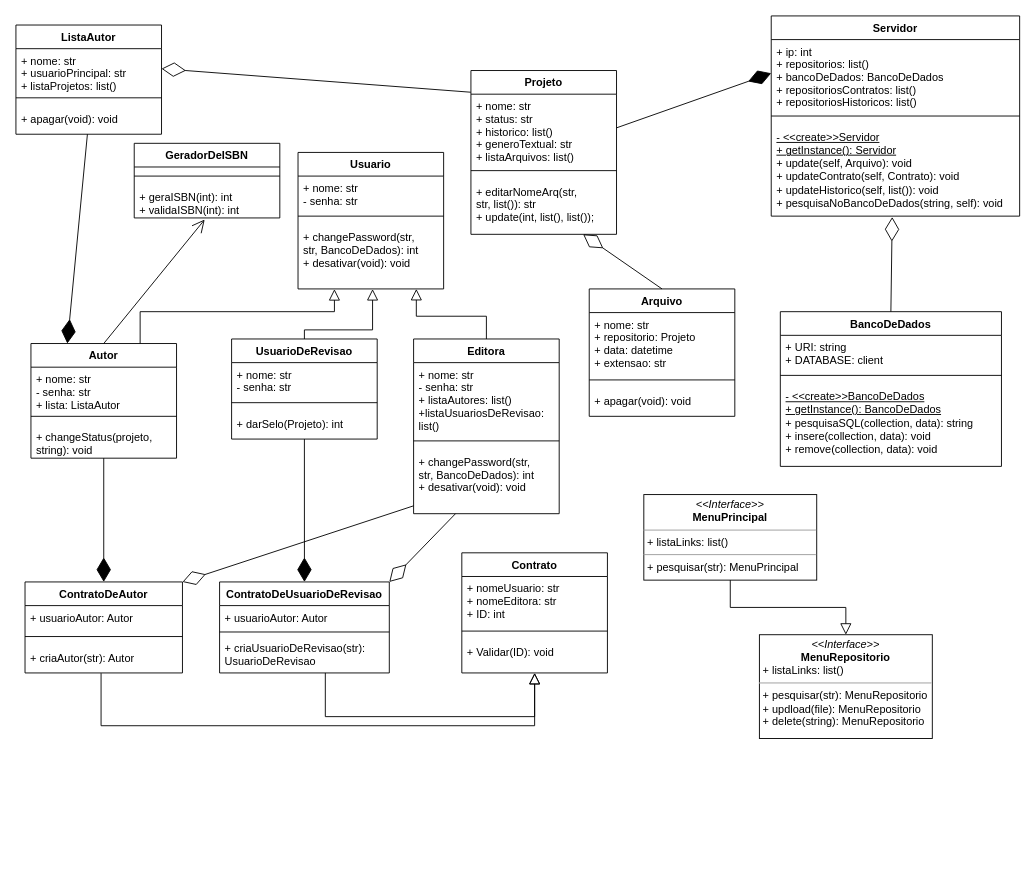
Earlier version of the draw.io diagram Diagrama de Classes.drawio (bruniculos08/PPR0001). Source tidied: cells renumbered, new cells numbered last; positions are measured from the earlier drawing's top-left corner, leaving out a move shared by most shapes. Both pictures are drawn from the tidied source at 91%, with x=0, y=0 at pixel (15, 15).
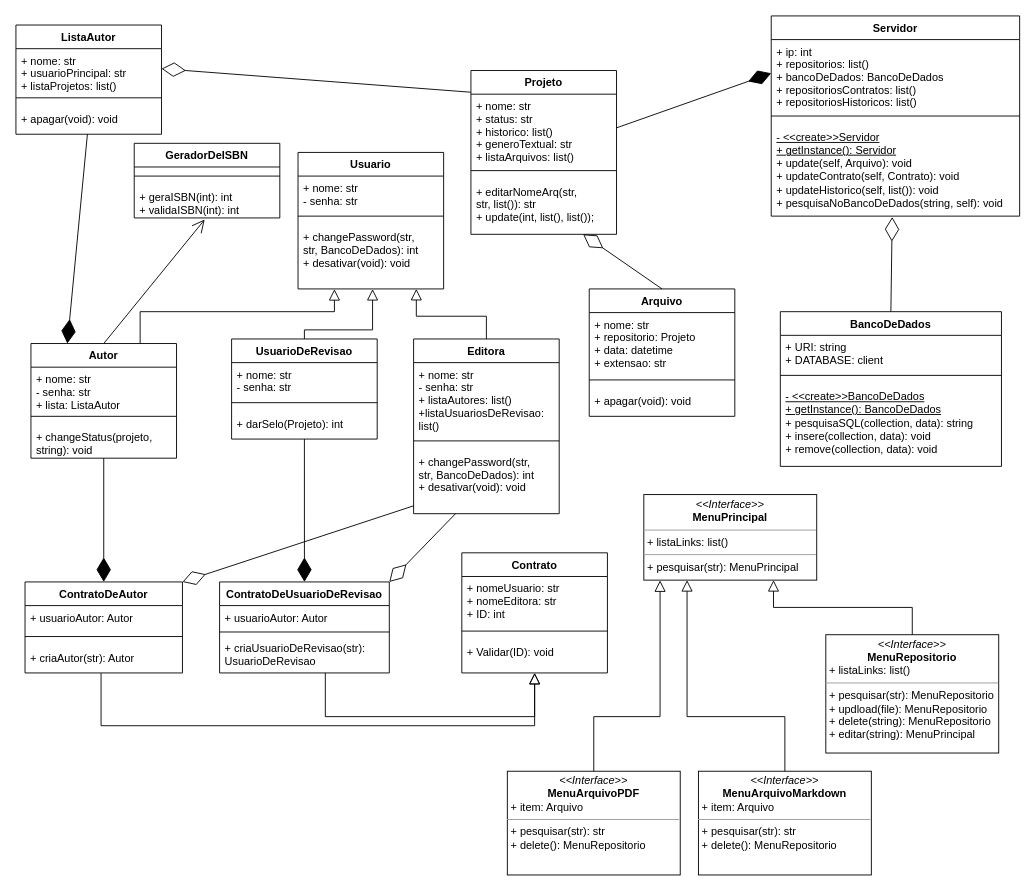
The same page after the edit.

The change refers to these unchanged cells:
```xml
<mxCell id="68" value="&lt;p style=&quot;margin: 0px ; margin-top: 4px ; text-align: center&quot;&gt;&lt;i&gt;&amp;lt;&amp;lt;Interface&amp;gt;&amp;gt;&lt;/i&gt;&lt;br&gt;&lt;b&gt;MenuPrincipal&lt;/b&gt;&lt;/p&gt;&lt;hr size=&quot;1&quot;&gt;&lt;p style=&quot;margin: 0px ; margin-left: 4px&quot;&gt;+ listaLinks: list()&lt;/p&gt;&lt;hr size=&quot;1&quot;&gt;&lt;p style=&quot;margin: 0px ; margin-left: 4px&quot;&gt;+ pesquisar(str): MenuPrincipal&lt;/p&gt;&lt;p style=&quot;margin: 0px ; margin-left: 4px&quot;&gt;&lt;br&gt;&lt;br&gt;&lt;/p&gt;" style="verticalAlign=top;align=left;overflow=fill;fontSize=12;fontFamily=Helvetica;html=1;" parent="1" vertex="1">
  <mxGeometry x="690" y="526" width="190" height="94" as="geometry" />
</mxCell>
```

Diff of the diagram source:
```diff
@@
-    <mxCell id="69" value="&lt;p style=&quot;margin: 0px ; margin-top: 4px ; text-align: center&quot;&gt;&lt;i&gt;&amp;lt;&amp;lt;Interface&amp;gt;&amp;gt;&lt;/i&gt;&lt;br&gt;&lt;b&gt;MenuRepositorio&lt;/b&gt;&lt;/p&gt;&lt;p style=&quot;margin: 0px ; margin-left: 4px&quot;&gt;+ listaLinks: list()&lt;/p&gt;&lt;hr size=&quot;1&quot;&gt;&lt;p style=&quot;margin: 0px ; margin-left: 4px&quot;&gt;+ pesquisar(str): MenuRepositorio&lt;/p&gt;&lt;p style=&quot;margin: 0px ; margin-left: 4px&quot;&gt;+ updload(file): MenuRepositorio&lt;/p&gt;&lt;p style=&quot;margin: 0px ; margin-left: 4px&quot;&gt;+ delete(string): MenuRepositorio&lt;/p&gt;&lt;p style=&quot;margin: 0px ; margin-left: 4px&quot;&gt;&lt;br&gt;&lt;br&gt;&lt;/p&gt;" style="verticalAlign=top;align=left;overflow=fill;fontSize=12;fontFamily=Helvetica;html=1;" parent="1" vertex="1">
-      <mxGeometry x="817" y="680" width="190" height="114" as="geometry" />
+    <mxCell id="69" value="&lt;p style=&quot;margin: 0px ; margin-top: 4px ; text-align: center&quot;&gt;&lt;i&gt;&amp;lt;&amp;lt;Interface&amp;gt;&amp;gt;&lt;/i&gt;&lt;br&gt;&lt;b&gt;MenuRepositorio&lt;/b&gt;&lt;/p&gt;&lt;p style=&quot;margin: 0px ; margin-left: 4px&quot;&gt;+ listaLinks: list()&lt;/p&gt;&lt;hr size=&quot;1&quot;&gt;&lt;p style=&quot;margin: 0px ; margin-left: 4px&quot;&gt;+ pesquisar(str): MenuRepositorio&lt;/p&gt;&lt;p style=&quot;margin: 0px ; margin-left: 4px&quot;&gt;+ updload(file): MenuRepositorio&lt;/p&gt;&lt;p style=&quot;margin: 0px ; margin-left: 4px&quot;&gt;+ delete(string): MenuRepositorio&lt;/p&gt;&lt;p style=&quot;margin: 0px ; margin-left: 4px&quot;&gt;+ editar(string): MenuPrincipal&lt;/p&gt;&lt;p style=&quot;margin: 0px ; margin-left: 4px&quot;&gt;&lt;br&gt;&lt;br&gt;&lt;/p&gt;" style="verticalAlign=top;align=left;overflow=fill;fontSize=12;fontFamily=Helvetica;html=1;" parent="1" vertex="1">
+      <mxGeometry x="890" y="680" width="190" height="130" as="geometry" />
     </mxCell>
-    <mxCell id="70" style="endArrow=block;endSize=10;endFill=0;shadow=0;strokeWidth=1;rounded=0;edgeStyle=elbowEdgeStyle;elbow=vertical;exitX=0.5;exitY=1;exitDx=0;exitDy=0;entryX=0.5;entryY=0;entryDx=0;entryDy=0;" parent="1" edge="1" source="68" target="69">
+    <mxCell id="70" style="endArrow=block;endSize=10;endFill=0;shadow=0;strokeWidth=1;rounded=0;edgeStyle=elbowEdgeStyle;elbow=vertical;exitX=0.5;exitY=0;exitDx=0;exitDy=0;entryX=0.75;entryY=1;entryDx=0;entryDy=0;" parent="1" edge="1" source="69" target="68">
       <mxGeometry relative="1" as="geometry">
         <Array as="points">
           <mxPoint x="930" y="650" />
           <mxPoint x="1166.4" y="898" />
           <mxPoint x="1186.4" y="878" />
           <mxPoint x="1096.4" y="908" />
           <mxPoint x="1116.4" y="898" />
           <mxPoint x="1056.4" y="928" />
           <mxPoint x="1136.4" y="898" />
           <mxPoint x="1016.4" y="938" />
           <mxPoint x="846.4" y="966.9" />
           <mxPoint x="886.4" y="946.9" />
           <mxPoint x="886.4" y="976.9" />
           <mxPoint x="896.4" y="986.9" />
         </Array>
       </mxGeometry>
     </mxCell>
+    <mxCell id="71" value="&lt;p style=&quot;margin: 0px ; margin-top: 4px ; text-align: center&quot;&gt;&lt;i&gt;&amp;lt;&amp;lt;Interface&amp;gt;&amp;gt;&lt;/i&gt;&lt;br&gt;&lt;b&gt;MenuArquivoPDF&lt;/b&gt;&lt;/p&gt;&lt;p style=&quot;margin: 0px ; margin-left: 4px&quot;&gt;+ item: Arquivo&lt;/p&gt;&lt;hr size=&quot;1&quot;&gt;&lt;p style=&quot;margin: 0px ; margin-left: 4px&quot;&gt;+ pesquisar(str): str&lt;/p&gt;&lt;p style=&quot;margin: 0px ; margin-left: 4px&quot;&gt;+ delete(): MenuRepositorio&lt;/p&gt;&lt;p style=&quot;margin: 0px ; margin-left: 4px&quot;&gt;&lt;br&gt;&lt;/p&gt;&lt;p style=&quot;margin: 0px ; margin-left: 4px&quot;&gt;&lt;br&gt;&lt;br&gt;&lt;/p&gt;" style="verticalAlign=top;align=left;overflow=fill;fontSize=12;fontFamily=Helvetica;html=1;" parent="1" vertex="1">
+      <mxGeometry x="540" y="830" width="190" height="114" as="geometry" />
+    </mxCell>
+    <mxCell id="72" value="&lt;p style=&quot;margin: 0px ; margin-top: 4px ; text-align: center&quot;&gt;&lt;i&gt;&amp;lt;&amp;lt;Interface&amp;gt;&amp;gt;&lt;/i&gt;&lt;br&gt;&lt;b&gt;MenuArquivoMarkdown&lt;/b&gt;&lt;/p&gt;&lt;p style=&quot;margin: 0px ; margin-left: 4px&quot;&gt;+ item: Arquivo&lt;/p&gt;&lt;hr size=&quot;1&quot;&gt;&lt;p style=&quot;margin: 0px 0px 0px 4px&quot;&gt;+ pesquisar(str): str&lt;/p&gt;&lt;p style=&quot;margin: 0px 0px 0px 4px&quot;&gt;+ delete(): MenuRepositorio&lt;/p&gt;&lt;p style=&quot;margin: 0px 0px 0px 4px&quot;&gt;&lt;br&gt;&lt;/p&gt;&lt;p style=&quot;margin: 0px ; margin-left: 4px&quot;&gt;&lt;br&gt;&lt;/p&gt;" style="verticalAlign=top;align=left;overflow=fill;fontSize=12;fontFamily=Helvetica;html=1;" parent="1" vertex="1">
+      <mxGeometry x="750" y="830" width="190" height="114" as="geometry" />
+    </mxCell>
+    <mxCell id="73" style="endArrow=block;endSize=10;endFill=0;shadow=0;strokeWidth=1;rounded=0;edgeStyle=elbowEdgeStyle;elbow=vertical;entryX=0.094;entryY=1.003;entryDx=0;entryDy=0;entryPerimeter=0;" parent="1" edge="1" target="68">
+      <mxGeometry relative="1" as="geometry">
+        <mxPoint x="635" y="830" as="sourcePoint" />
+        <Array as="points">
+          <mxPoint x="700" y="770" />
+          <mxPoint x="650" y="790" />
+          <mxPoint x="640" y="800" />
+          <mxPoint x="690" y="760" />
+          <mxPoint x="835" y="720" />
+          <mxPoint x="1071.4" y="968" />
+          <mxPoint x="1091.4" y="948" />
+          <mxPoint x="1001.4" y="978" />
+          <mxPoint x="1021.4" y="968" />
+          <mxPoint x="961.4" y="998" />
+          <mxPoint x="1041.4" y="968" />
+          <mxPoint x="921.4" y="1008" />
+          <mxPoint x="751.4" y="1036.9" />
+          <mxPoint x="791.4" y="1016.9" />
+          <mxPoint x="791.4" y="1046.9" />
+          <mxPoint x="801.4" y="1056.9" />
+        </Array>
+      </mxGeometry>
+    </mxCell>
+    <mxCell id="74" style="endArrow=block;endSize=10;endFill=0;shadow=0;strokeWidth=1;rounded=0;edgeStyle=elbowEdgeStyle;elbow=vertical;exitX=0.5;exitY=0;exitDx=0;exitDy=0;entryX=0.25;entryY=1;entryDx=0;entryDy=0;" parent="1" edge="1" source="72" target="68">
+      <mxGeometry relative="1" as="geometry">
+        <Array as="points">
+          <mxPoint x="700" y="770" />
+          <mxPoint x="845" y="730" />
+          <mxPoint x="1081.4" y="978" />
+          <mxPoint x="1101.4" y="958" />
+          <mxPoint x="1011.4" y="988" />
+          <mxPoint x="1031.4" y="978" />
+          <mxPoint x="971.4" y="1008" />
+          <mxPoint x="1051.4" y="978" />
+          <mxPoint x="931.4" y="1018" />
+          <mxPoint x="761.4" y="1046.9" />
+          <mxPoint x="801.4" y="1026.9" />
+          <mxPoint x="801.4" y="1056.9" />
+          <mxPoint x="811.4" y="1066.9" />
+        </Array>
+      </mxGeometry>
+    </mxCell>
```
